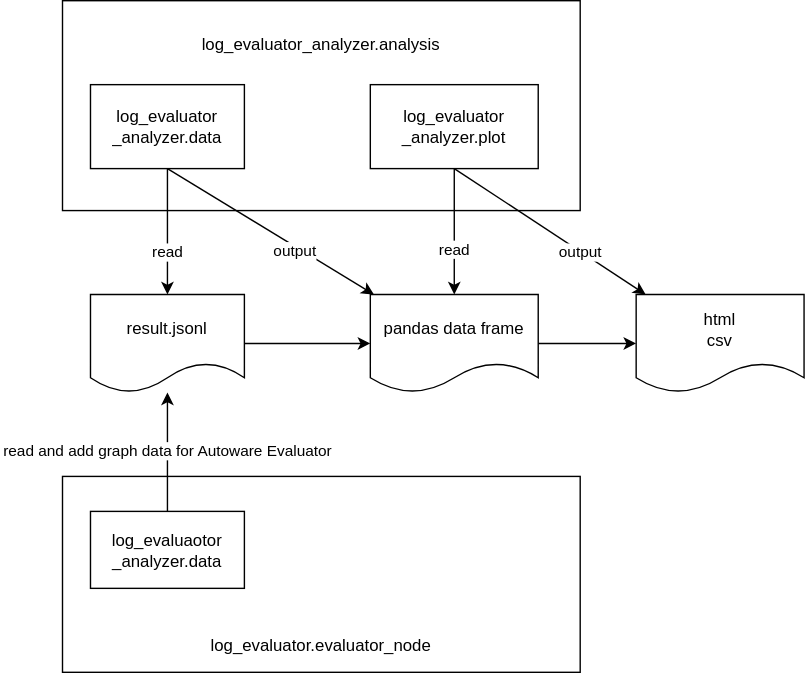
The draw.io diagram analyzer/images/architecture.drawio.svg in iwatake2222/driving_log_replayer_v2, before a commit. Source tidied: cells renumbered, new cells last; positions are measured from the earlier drawing's top-left corner, leaving out a move shared by most shapes. Source of this version:
```xml
<mxGraphModel>
  <root>
    <mxCell id="0" />
    <mxCell id="1" parent="0" />
    <mxCell id="2" value="log_evaluator_analyzer.analysis&lt;br&gt;&lt;br&gt;&lt;br&gt;&lt;br&gt;&lt;br&gt;&lt;br&gt;&lt;div&gt;&lt;br/&gt;&lt;/div&gt;" style="rounded=0;html=1;whiteSpace=wrap;" parent="1" vertex="1">
      <mxGeometry width="370" height="150" as="geometry" />
    </mxCell>
    <mxCell id="3" value="read" style="edgeStyle=none;html=1;exitX=0.5;exitY=1;exitDx=0;exitDy=0;" parent="1" edge="1" source="4" target="8">
      <mxGeometry x="0.33" relative="1" as="geometry" />
    </mxCell>
    <mxCell id="4" value="log_evaluator&lt;br&gt;_analyzer.data" style="rounded=0;html=1;whiteSpace=wrap;" parent="1" vertex="1">
      <mxGeometry x="20" y="60" width="110" height="60" as="geometry" />
    </mxCell>
    <mxCell id="5" value="output" style="edgeStyle=none;html=1;exitX=0.5;exitY=1;exitDx=0;exitDy=0;" parent="1" edge="1" source="6" target="11">
      <mxGeometry x="0.32" y="-1" relative="1" as="geometry" />
    </mxCell>
    <mxCell id="6" value="log_evaluator&lt;div&gt;_analyzer.plot&lt;/div&gt;" style="rounded=0;whiteSpace=wrap;html=1;" parent="1" vertex="1">
      <mxGeometry x="220" y="60" width="120" height="60" as="geometry" />
    </mxCell>
    <mxCell id="7" style="edgeStyle=none;html=1;" parent="1" edge="1" source="8" target="10">
      <mxGeometry relative="1" as="geometry" />
    </mxCell>
    <mxCell id="8" value="result.jsonl" style="shape=document;whiteSpace=wrap;html=1;boundedLbl=1;" parent="1" vertex="1">
      <mxGeometry x="20" y="210" width="110" height="70" as="geometry" />
    </mxCell>
    <mxCell id="9" style="edgeStyle=none;html=1;" parent="1" edge="1" source="10" target="11">
      <mxGeometry relative="1" as="geometry" />
    </mxCell>
    <mxCell id="10" value="pandas data frame" style="shape=document;whiteSpace=wrap;html=1;boundedLbl=1;" parent="1" vertex="1">
      <mxGeometry x="220" y="210" width="120" height="70" as="geometry" />
    </mxCell>
    <mxCell id="11" value="html&lt;br&gt;csv" style="shape=document;whiteSpace=wrap;html=1;boundedLbl=1;" parent="1" vertex="1">
      <mxGeometry x="410" y="210" width="120" height="70" as="geometry" />
    </mxCell>
    <mxCell id="12" style="endArrow=classic;html=1;exitX=0.5;exitY=1;exitDx=0;exitDy=0;" parent="1" edge="1" source="4" target="10">
      <mxGeometry relative="1" as="geometry" />
    </mxCell>
    <mxCell id="13" value="output" style="edgeLabel;html=1;align=center;verticalAlign=middle;" parent="12" vertex="1">
      <mxGeometry x="0.25" y="-3" relative="1" as="geometry" />
    </mxCell>
    <mxCell id="14" style="endArrow=classic;html=1;entryX=0.5;entryY=0;entryDx=0;entryDy=0;" parent="1" edge="1" source="6" target="10">
      <mxGeometry relative="1" as="geometry" />
    </mxCell>
    <mxCell id="15" value="read" style="edgeLabel;html=1;align=center;verticalAlign=middle;" parent="14" vertex="1">
      <mxGeometry x="0.27" y="-1" relative="1" as="geometry" />
    </mxCell>
    <mxCell id="16" value="&lt;br&gt;&lt;br&gt;&lt;br&gt;&lt;br&gt;&lt;br&gt;&lt;br&gt;&lt;br&gt;log_evaluator.evaluator_node" style="rounded=0;html=1;whiteSpace=wrap;" parent="1" vertex="1">
      <mxGeometry y="340" width="370" height="140" as="geometry" />
    </mxCell>
    <mxCell id="17" value="read and add graph data for Autoware Evaluator&amp;nbsp;" style="edgeStyle=none;html=1;exitX=0.5;exitY=0;exitDx=0;exitDy=0;" parent="1" edge="1" source="18" target="8">
      <mxGeometry relative="1" as="geometry" />
    </mxCell>
    <mxCell id="18" value="log_evaluaotor&lt;div&gt;_analyzer.data&lt;/div&gt;" style="rounded=0;html=1;whiteSpace=wrap;" parent="1" vertex="1">
      <mxGeometry x="20" y="365" width="110" height="55" as="geometry" />
    </mxCell>
  </root>
</mxGraphModel>
```
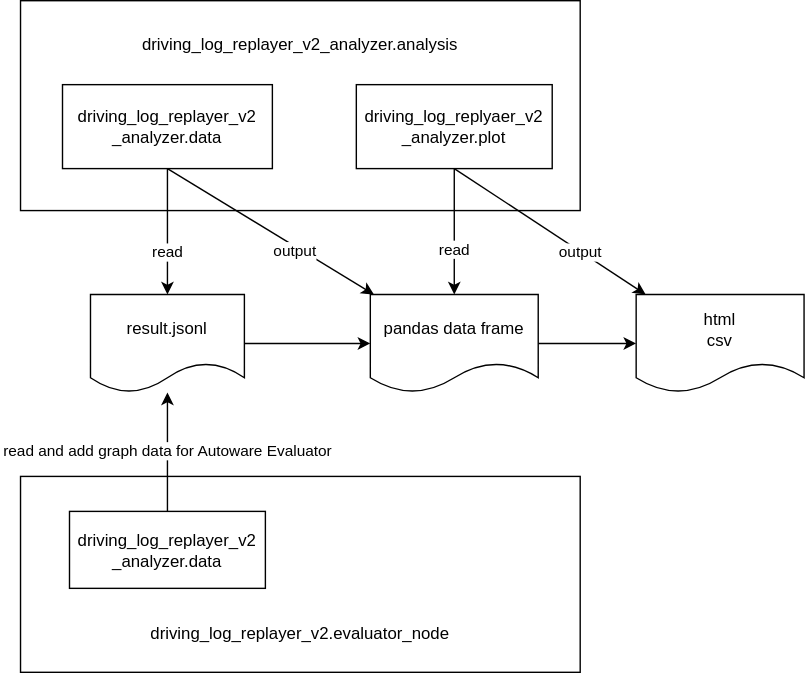
Above is the later version.

What changed in the source:
```diff
@@ -2,20 +2,20 @@
   <root>
     <mxCell id="0" />
     <mxCell id="1" parent="0" />
-    <mxCell id="2" value="log_evaluator_analyzer.analysis&lt;br&gt;&lt;br&gt;&lt;br&gt;&lt;br&gt;&lt;br&gt;&lt;br&gt;&lt;div&gt;&lt;br/&gt;&lt;/div&gt;" style="rounded=0;html=1;whiteSpace=wrap;" parent="1" vertex="1">
-      <mxGeometry width="370" height="150" as="geometry" />
+    <mxCell id="2" value="driving_log_replayer_v2_analyzer.analysis&lt;br&gt;&lt;br&gt;&lt;br&gt;&lt;br&gt;&lt;br&gt;&lt;br&gt;&lt;div&gt;&lt;br&gt;&lt;/div&gt;" style="rounded=0;html=1;whiteSpace=wrap;" parent="1" vertex="1">
+      <mxGeometry x="-30" width="400" height="150" as="geometry" />
     </mxCell>
     <mxCell id="3" value="read" style="edgeStyle=none;html=1;exitX=0.5;exitY=1;exitDx=0;exitDy=0;" parent="1" edge="1" source="4" target="8">
       <mxGeometry x="0.33" relative="1" as="geometry" />
     </mxCell>
-    <mxCell id="4" value="log_evaluator&lt;br&gt;_analyzer.data" style="rounded=0;html=1;whiteSpace=wrap;" parent="1" vertex="1">
-      <mxGeometry x="20" y="60" width="110" height="60" as="geometry" />
+    <mxCell id="4" value="driving_log_replayer_v2&lt;br&gt;_analyzer.data" style="rounded=0;html=1;whiteSpace=wrap;" parent="1" vertex="1">
+      <mxGeometry y="60" width="150" height="60" as="geometry" />
     </mxCell>
     <mxCell id="5" value="output" style="edgeStyle=none;html=1;exitX=0.5;exitY=1;exitDx=0;exitDy=0;" parent="1" edge="1" source="6" target="11">
       <mxGeometry x="0.32" y="-1" relative="1" as="geometry" />
     </mxCell>
-    <mxCell id="6" value="log_evaluator&lt;div&gt;_analyzer.plot&lt;/div&gt;" style="rounded=0;whiteSpace=wrap;html=1;" parent="1" vertex="1">
-      <mxGeometry x="220" y="60" width="120" height="60" as="geometry" />
+    <mxCell id="6" value="&lt;div&gt;driving_log_replyaer_v2&lt;/div&gt;&lt;div&gt;_analyzer.plot&lt;/div&gt;" style="rounded=0;whiteSpace=wrap;html=1;" parent="1" vertex="1">
+      <mxGeometry x="210" y="60" width="140" height="60" as="geometry" />
     </mxCell>
     <mxCell id="7" style="edgeStyle=none;html=1;" parent="1" edge="1" source="8" target="10">
       <mxGeometry relative="1" as="geometry" />
@@ -44,14 +44,14 @@
     <mxCell id="15" value="read" style="edgeLabel;html=1;align=center;verticalAlign=middle;" parent="14" vertex="1">
       <mxGeometry x="0.27" y="-1" relative="1" as="geometry" />
     </mxCell>
-    <mxCell id="16" value="&lt;br&gt;&lt;br&gt;&lt;br&gt;&lt;br&gt;&lt;br&gt;&lt;br&gt;&lt;br&gt;log_evaluator.evaluator_node" style="rounded=0;html=1;whiteSpace=wrap;" parent="1" vertex="1">
-      <mxGeometry y="340" width="370" height="140" as="geometry" />
+    <mxCell id="16" value="&lt;br&gt;&lt;br&gt;&lt;div&gt;&lt;br&gt;&lt;/div&gt;&lt;div&gt;&lt;br&gt;&lt;/div&gt;&lt;div&gt;&lt;br&gt;&lt;/div&gt;&lt;div&gt;&lt;br&gt;&lt;/div&gt;&lt;div&gt;driving_log_replayer_v2.evaluator_node&lt;/div&gt;" style="rounded=0;html=1;whiteSpace=wrap;" parent="1" vertex="1">
+      <mxGeometry x="-30" y="340" width="400" height="140" as="geometry" />
     </mxCell>
     <mxCell id="17" value="read and add graph data for Autoware Evaluator&amp;nbsp;" style="edgeStyle=none;html=1;exitX=0.5;exitY=0;exitDx=0;exitDy=0;" parent="1" edge="1" source="18" target="8">
       <mxGeometry relative="1" as="geometry" />
     </mxCell>
-    <mxCell id="18" value="log_evaluaotor&lt;div&gt;_analyzer.data&lt;/div&gt;" style="rounded=0;html=1;whiteSpace=wrap;" parent="1" vertex="1">
-      <mxGeometry x="20" y="365" width="110" height="55" as="geometry" />
+    <mxCell id="18" value="&lt;div&gt;driving_log_replayer_v2&lt;/div&gt;&lt;div&gt;_analyzer.data&lt;/div&gt;" style="rounded=0;html=1;whiteSpace=wrap;" parent="1" vertex="1">
+      <mxGeometry x="5" y="365" width="140" height="55" as="geometry" />
     </mxCell>
   </root>
 </mxGraphModel>
```
